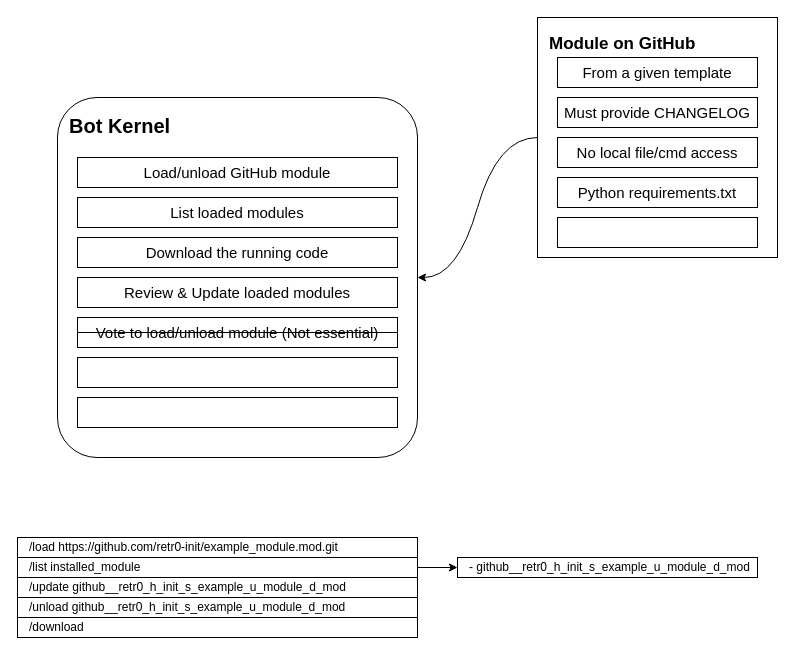
The draw.io diagram discord-bot-framework-en.drawio in retr0-init/discord-bot-framework-doc, before the edit. Source tidied: cells renumbered, new cells numbered last; positions are measured from the earlier drawing's top-left corner, leaving out a move shared by most shapes. Both pictures are drawn from the tidied source at 100%, with x=0, y=0 at pixel (17, 17).
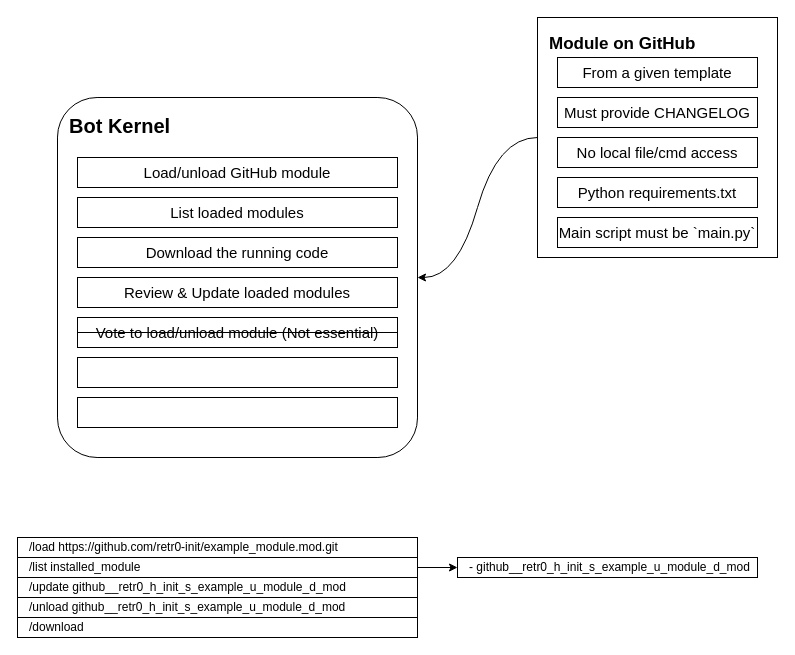
The same diagram, later.

Commit message (it also covers changes not shown here):
Define module main script filename

What changed in the source:
```diff
@@
-    <mxCell id="15" style="rounded=0;whiteSpace=wrap;html=1;fontSize=15;" parent="1" vertex="1">
+    <mxCell id="15" value="Main script must be `main.py`" style="rounded=0;whiteSpace=wrap;html=1;fontSize=15;" parent="1" vertex="1">
       <mxGeometry x="540" y="200" width="200" height="30" as="geometry" />
     </mxCell>
```
